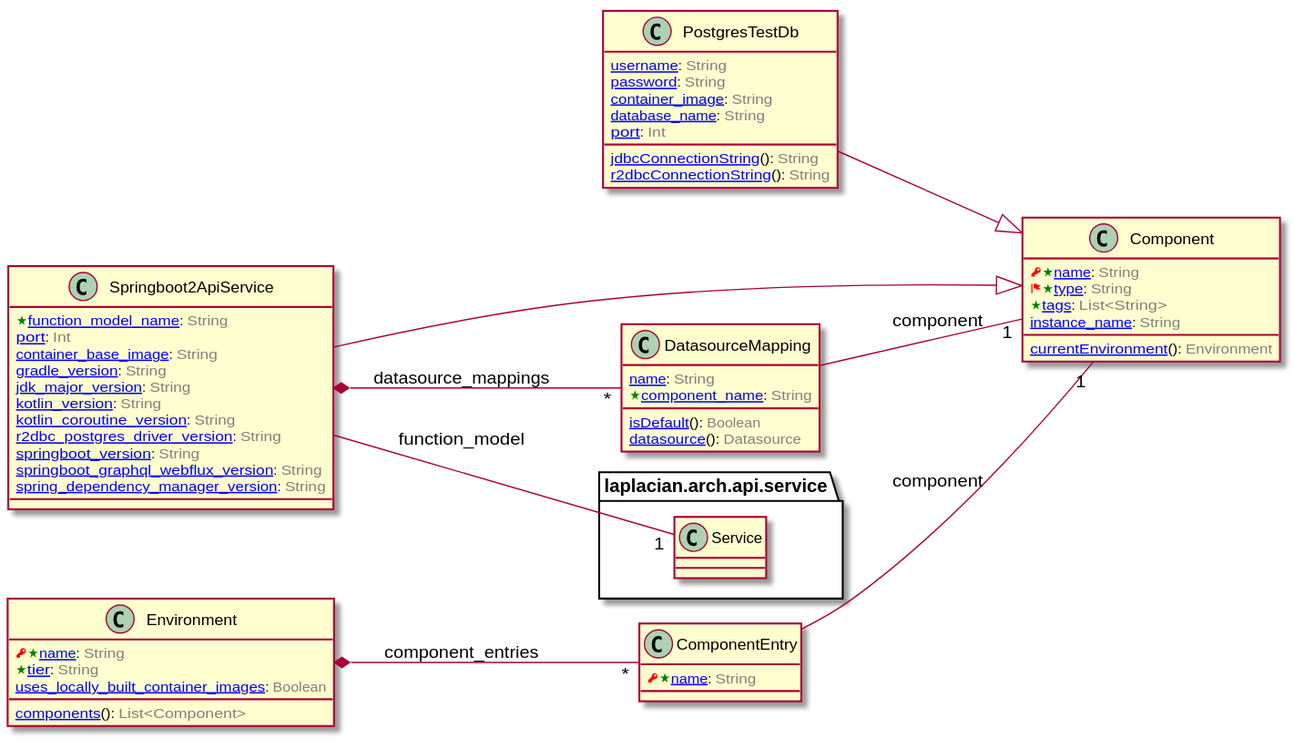
The PlantUML diagram doc/image/model-diagram.svg in laplacian-arch/deployment.domain-model, before a commit.
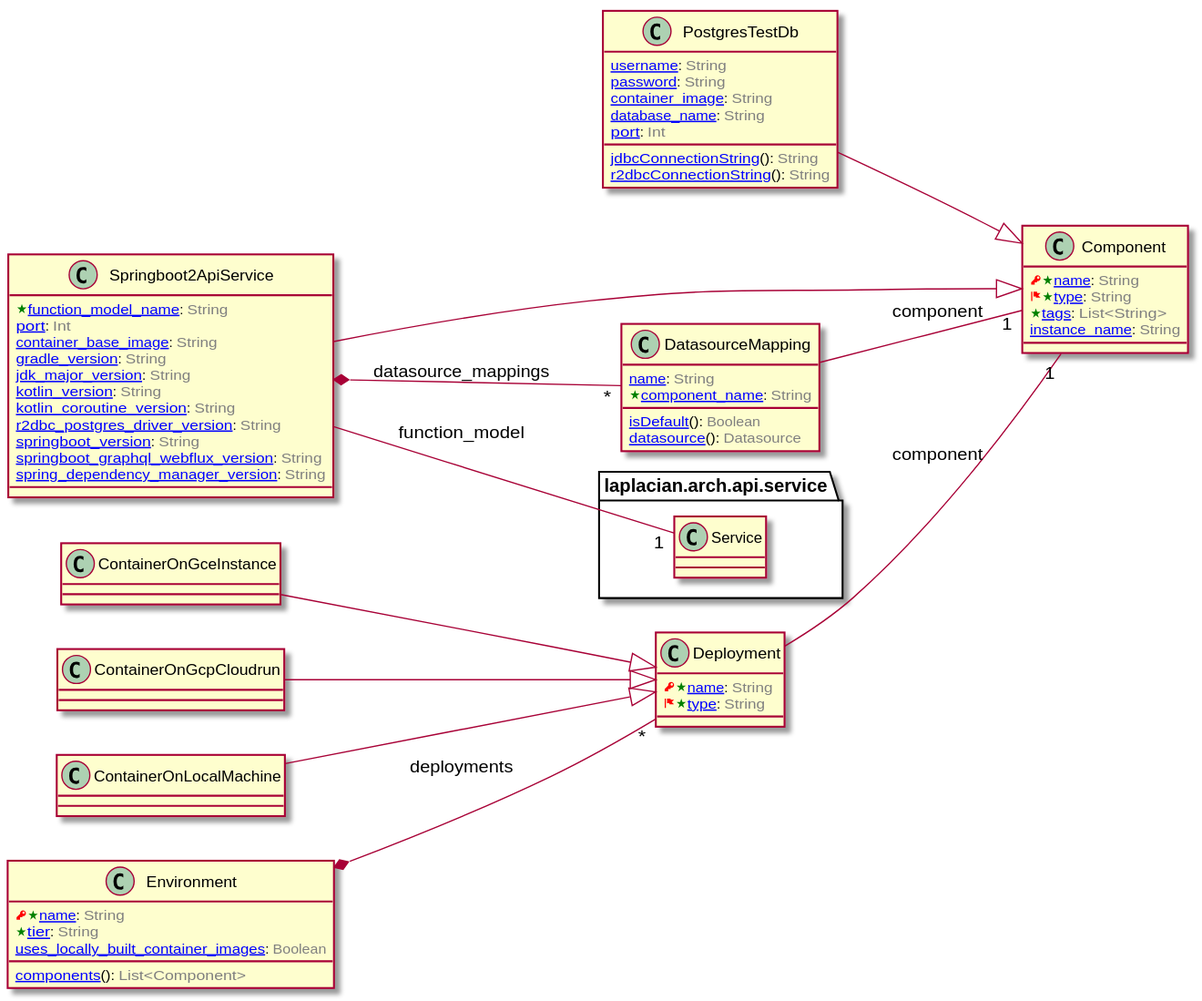
After the change.

What changed in the source:
```diff
@@ -7,7 +7,6 @@
   <color:RED><&flag></color><color:Green><&star></color>[[/blob/master/doc/entities/Component.md#type-string type]]: <color:GRAY>String</color>
   <color:Green><&star></color>[[/blob/master/doc/entities/Component.md#tags-listString tags]]: <color:GRAY>List<String></color>
   [[/blob/master/doc/entities/Component.md#instance_name-string instance_name]]: <color:GRAY>String</color>
-  [[/blob/master/doc/entities/Component.md#current_environment-environment currentEnvironment]](): <color:GRAY>Environment</color>
 }
 
 
@@ -85,6 +84,48 @@
 
 
 
+class Deployment [[/blob/master/doc/entities/Deployment.md]] {
+  <color:RED><&key></color><color:Green><&star></color>[[/blob/master/doc/entities/Deployment.md#name-string name]]: <color:GRAY>String</color>
+  <color:RED><&flag></color><color:Green><&star></color>[[/blob/master/doc/entities/Deployment.md#type-string type]]: <color:GRAY>String</color>
+}
+
+
+
+
+
+
+Deployment -- "1" Component : component
+
+
+
+
+class ContainerOnGceInstance [[/blob/master/doc/entities/ContainerOnGceInstance.md]] {
+}
+
+ContainerOnGceInstance --|> Deployment
+
+
+
+
+
+class ContainerOnGcpCloudrun [[/blob/master/doc/entities/ContainerOnGcpCloudrun.md]] {
+}
+
+ContainerOnGcpCloudrun --|> Deployment
+
+
+
+
+
+class ContainerOnLocalMachine [[/blob/master/doc/entities/ContainerOnLocalMachine.md]] {
+}
+
+ContainerOnLocalMachine --|> Deployment
+
+
+
+
+
 class Environment [[/blob/master/doc/entities/Environment.md]] {
   <color:RED><&key></color><color:Green><&star></color>[[/blob/master/doc/entities/Environment.md#name-string name]]: <color:GRAY>String</color>
   <color:Green><&star></color>[[/blob/master/doc/entities/Environment.md#tier-string tier]]: <color:GRAY>String</color>
@@ -97,21 +138,7 @@
 
 
 
-Environment *-- "*" ComponentEntry : component_entries
-
-
-
-
-class ComponentEntry [[/blob/master/doc/entities/ComponentEntry.md]] {
-  <color:RED><&key></color><color:Green><&star></color>[[/blob/master/doc/entities/ComponentEntry.md#name-string name]]: <color:GRAY>String</color>
-}
-
-
-
-
-
-
-ComponentEntry -- "1" Component : component
+Environment *-- "*" Deployment : deployments
 
 
 
```
